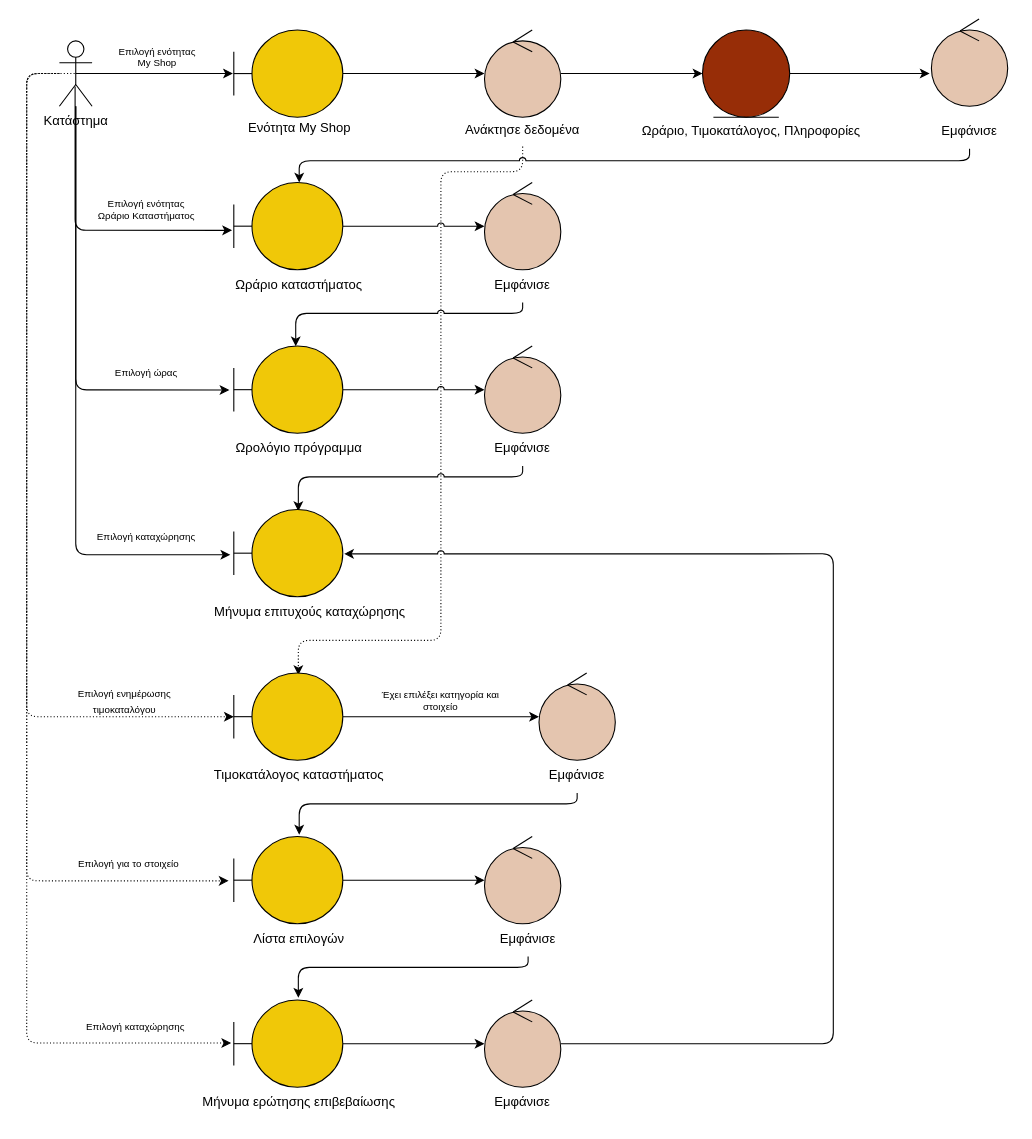
iloudaros/nomnomr keeps this draw.io diagram as docs/contributions/Kout-ou/Phase 3/Shop Robustness Diagrams/Robustness drawio files/usecase1.drawio. Above is the earlier version. Source tidied: cells renumbered, new cells numbered last; positions are measured from the earlier drawing's top-left corner, leaving out a move shared by most shapes. Both pictures are drawn from the tidied source at 109%, with x=0, y=0 at pixel (26, 19).
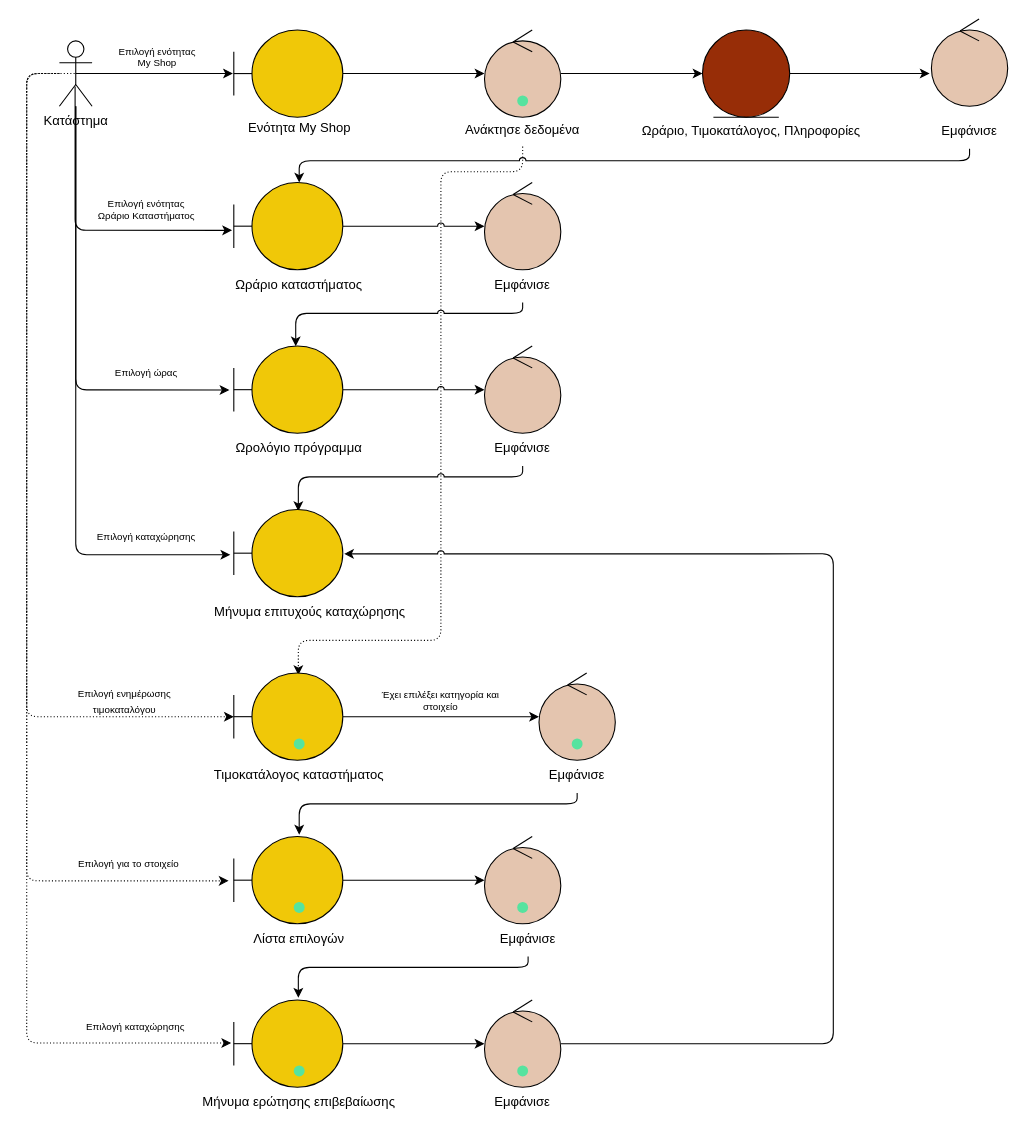
The same diagram, later.

Commit message:
Added Alt Dots to Diagram 1

The edit, as a diff of the source:
```diff
@@
+    <mxCell id="63" style="shape=ellipse;fillColor=#56E39F;strokeColor=none;html=1;sketch=0;" parent="1" vertex="1">
+      <mxGeometry x="245" y="660" width="10" height="10" as="geometry" />
+    </mxCell>
+    <mxCell id="64" style="shape=ellipse;fillColor=#56E39F;strokeColor=none;html=1;sketch=0;" parent="1" vertex="1">
+      <mxGeometry x="500" y="660" width="10" height="10" as="geometry" />
+    </mxCell>
+    <mxCell id="65" style="shape=ellipse;fillColor=#56E39F;strokeColor=none;html=1;sketch=0;" parent="1" vertex="1">
+      <mxGeometry x="450" y="70" width="10" height="10" as="geometry" />
+    </mxCell>
+    <mxCell id="66" style="shape=ellipse;fillColor=#56E39F;strokeColor=none;html=1;sketch=0;" parent="1" vertex="1">
+      <mxGeometry x="245" y="810" width="10" height="10" as="geometry" />
+    </mxCell>
+    <mxCell id="67" style="shape=ellipse;fillColor=#56E39F;strokeColor=none;html=1;sketch=0;" parent="1" vertex="1">
+      <mxGeometry x="450" y="810" width="10" height="10" as="geometry" />
+    </mxCell>
+    <mxCell id="68" style="shape=ellipse;fillColor=#56E39F;strokeColor=none;html=1;sketch=0;" parent="1" vertex="1">
+      <mxGeometry x="245" y="960" width="10" height="10" as="geometry" />
+    </mxCell>
+    <mxCell id="69" style="shape=ellipse;fillColor=#56E39F;strokeColor=none;html=1;sketch=0;" parent="1" vertex="1">
+      <mxGeometry x="450" y="960" width="10" height="10" as="geometry" />
+    </mxCell>
```
